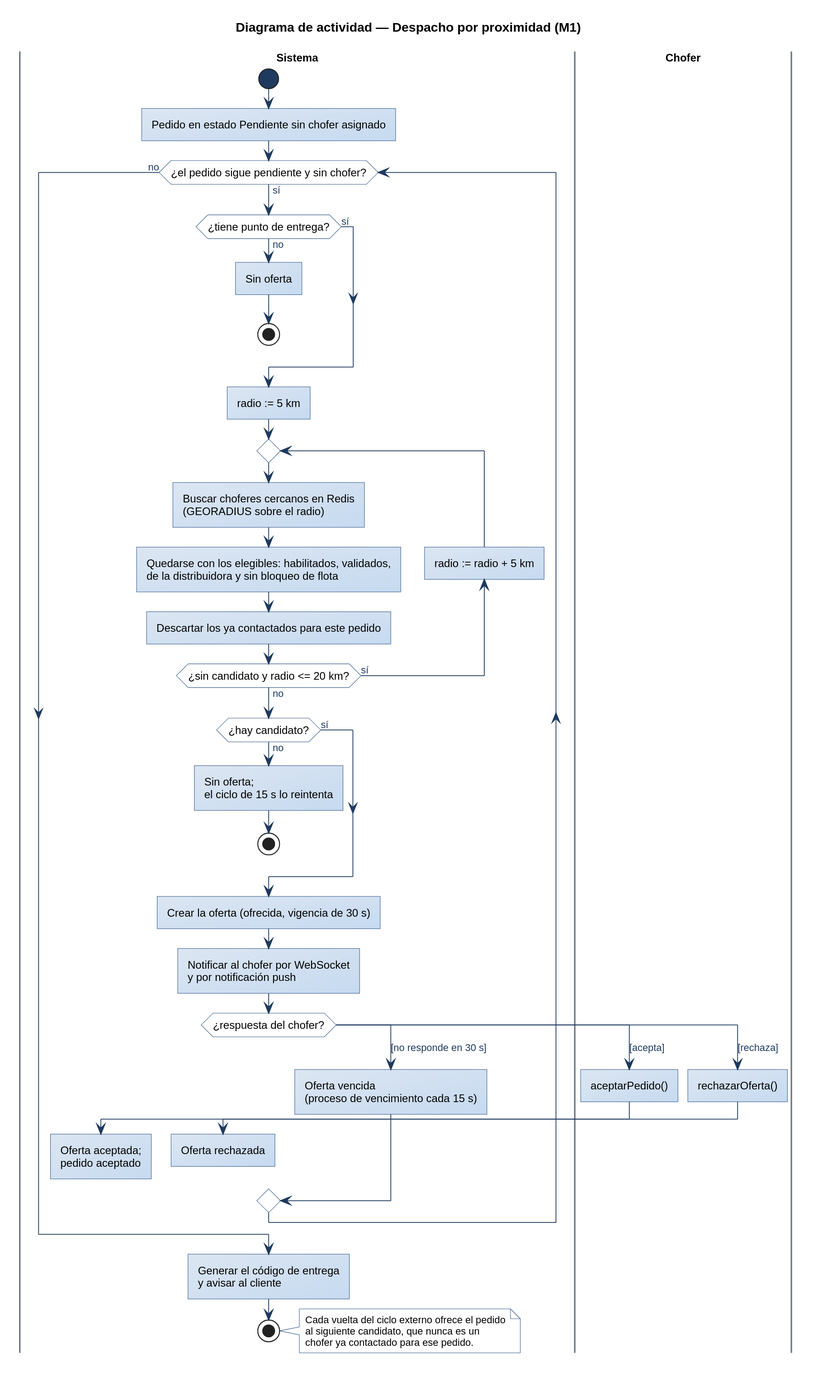
This is diagramas/uml/UML_Actividad_Despacho.svg from Nahuelito-Dev/splg-docs, a PlantUML export, as it was before one commit.
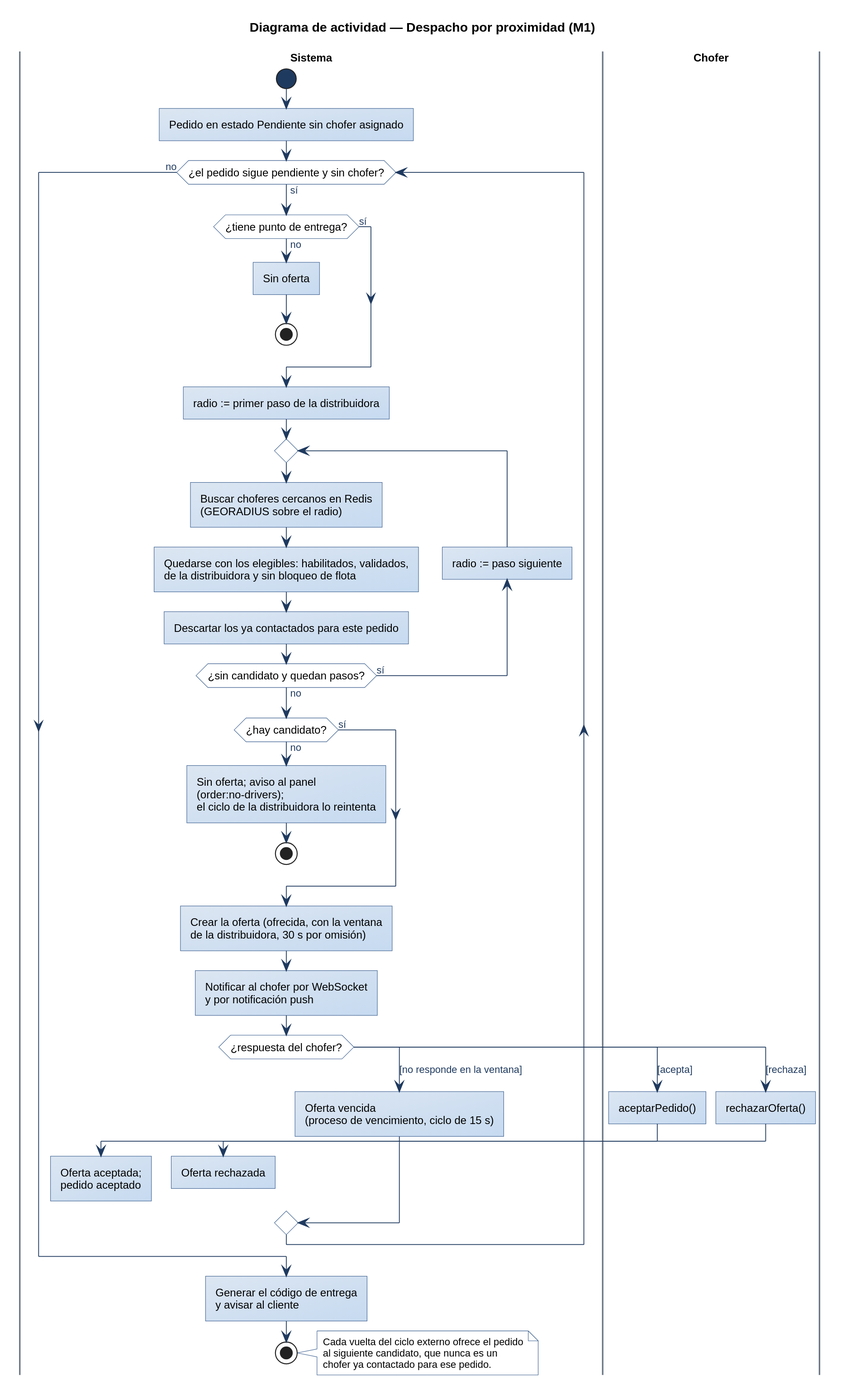
Later version of the same file.

What changed in the source:
```diff
@@ -14,19 +14,19 @@
     :Sin oferta;
     stop
   endif
-  :radio := 5 km;
+  :radio := primer paso de la distribuidora;
   repeat
     :Buscar choferes cercanos en Redis\n(GEORADIUS sobre el radio);
     :Quedarse con los elegibles: habilitados, validados,\nde la distribuidora y sin bloqueo de flota;
     :Descartar los ya contactados para este pedido;
-    backward :radio := radio + 5 km;
-  repeat while (¿sin candidato y radio <= 20 km?) is (sí) not (no)
+    backward :radio := paso siguiente;
+  repeat while (¿sin candidato y quedan pasos?) is (sí) not (no)
   if (¿hay candidato?) then (sí)
   else (no)
-    :Sin oferta;\nel ciclo de 15 s lo reintenta;
+    :Sin oferta; aviso al panel\n(order:no-drivers);\nel ciclo de la distribuidora lo reintenta;
     stop
   endif
-  :Crear la oferta (ofrecida, vigencia de 30 s);
+  :Crear la oferta (ofrecida, con la ventana\nde la distribuidora, 30 s por omisión);
   :Notificar al chofer por WebSocket\ny por notificación push;
   switch (¿respuesta del chofer?)
   case ([acepta])
@@ -39,8 +39,8 @@
     :rechazarOferta();
     |Sistema|
     :Oferta rechazada;
-  case ([no responde en 30 s])
-    :Oferta vencida\n(proceso de vencimiento cada 15 s);
+  case ([no responde en la ventana])
+    :Oferta vencida\n(proceso de vencimiento, ciclo de 15 s);
   endswitch
 endwhile (no)
 :Generar el código de entrega\ny avisar al cliente;
```
